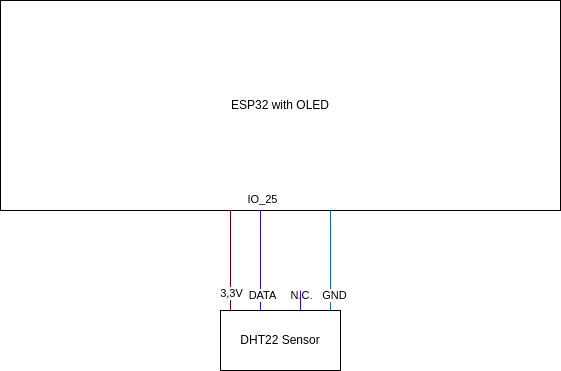
Above: schematic.drawio.png in DerZwergGimli/TempHumLogger (draw.io), before the change. Source tidied: cells renumbered, new cells last; positions are measured from the earlier drawing's top-left corner, leaving out a move shared by most shapes. The source it was exported from:
```xml
<mxGraphModel>
  <root>
    <mxCell id="0" />
    <mxCell id="1" parent="0" />
    <mxCell id="2" value="ESP32 with OLED&lt;br&gt;" style="rounded=0;whiteSpace=wrap;html=1;" parent="1" vertex="1">
      <mxGeometry width="560" height="210" as="geometry" />
    </mxCell>
    <mxCell id="3" value="DHT22 Sensor" style="rounded=0;whiteSpace=wrap;html=1;" parent="1" vertex="1">
      <mxGeometry x="220" y="310" width="120" height="60" as="geometry" />
    </mxCell>
    <mxCell id="4" style="endArrow=none;html=1;entryX=0.5;entryY=1;entryDx=0;entryDy=0;fillColor=#6a00ff;strokeColor=#3700CC;" parent="1" edge="1">
      <mxGeometry relative="1" as="geometry">
        <mxPoint x="260" y="310" as="sourcePoint" />
        <mxPoint x="260" y="210" as="targetPoint" />
      </mxGeometry>
    </mxCell>
    <mxCell id="5" value="DATA" style="edgeLabel;html=1;align=center;verticalAlign=middle;" parent="4" vertex="1">
      <mxGeometry x="-0.13" relative="1" as="geometry">
        <mxPoint y="27" as="offset" />
      </mxGeometry>
    </mxCell>
    <mxCell id="6" style="endArrow=none;html=1;entryX=0.5;entryY=1;entryDx=0;entryDy=0;fillColor=#1ba1e2;strokeColor=#006EAF;" parent="1" edge="1">
      <mxGeometry relative="1" as="geometry">
        <mxPoint x="330" y="310" as="sourcePoint" />
        <mxPoint x="330" y="210" as="targetPoint" />
      </mxGeometry>
    </mxCell>
    <mxCell id="7" value="GND" style="edgeLabel;html=1;align=center;verticalAlign=middle;" parent="6" vertex="1">
      <mxGeometry x="-0.22" y="-2" relative="1" as="geometry">
        <mxPoint y="23" as="offset" />
      </mxGeometry>
    </mxCell>
    <mxCell id="8" style="endArrow=none;html=1;entryX=0.5;entryY=1;entryDx=0;entryDy=0;fillColor=#a20025;strokeColor=#6F0000;" parent="1" edge="1">
      <mxGeometry relative="1" as="geometry">
        <mxPoint x="230" y="310" as="sourcePoint" />
        <mxPoint x="230" y="210" as="targetPoint" />
      </mxGeometry>
    </mxCell>
    <mxCell id="9" value="3,3V" style="edgeLabel;html=1;align=center;verticalAlign=middle;" parent="8" vertex="1">
      <mxGeometry x="-0.24" y="1" relative="1" as="geometry">
        <mxPoint y="21" as="offset" />
      </mxGeometry>
    </mxCell>
    <mxCell id="10" value="IO_25" style="edgeLabel;html=1;align=center;verticalAlign=middle;" parent="1" vertex="1">
      <mxGeometry x="260" y="197" as="geometry" />
    </mxCell>
    <mxCell id="11" value="N.C." style="edgeLabel;html=1;align=center;verticalAlign=middle;" parent="1" vertex="1">
      <mxGeometry x="270" y="306" as="geometry">
        <mxPoint x="29" y="-13" as="offset" />
      </mxGeometry>
    </mxCell>
    <mxCell id="12" style="endArrow=none;html=1;fillColor=#6a00ff;strokeColor=#3700CC;" parent="1" edge="1">
      <mxGeometry relative="1" as="geometry">
        <mxPoint x="300" y="310" as="sourcePoint" />
        <mxPoint x="300" y="290" as="targetPoint" />
      </mxGeometry>
    </mxCell>
  </root>
</mxGraphModel>
```
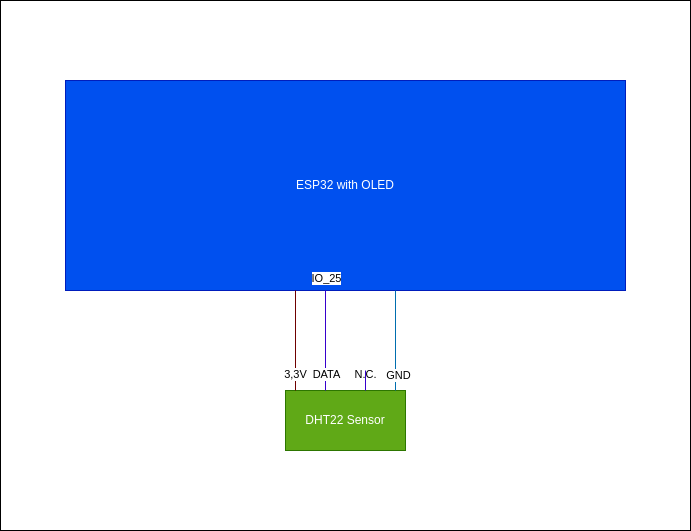
After the commit.

Change to the diagram source:
```diff
@@ -1,11 +1,14 @@
-<mxGraphModel>
+<mxGraphModel background="#000000">
   <root>
     <mxCell id="0" />
     <mxCell id="1" parent="0" />
+    <mxCell id="13" style="rounded=0;whiteSpace=wrap;html=1;" parent="1" vertex="1">
+      <mxGeometry x="-65" y="-80" width="690" height="530" as="geometry" />
+    </mxCell>
-    <mxCell id="2" value="ESP32 with OLED&lt;br&gt;" style="rounded=0;whiteSpace=wrap;html=1;" parent="1" vertex="1">
+    <mxCell id="2" value="ESP32 with OLED&lt;br&gt;" style="rounded=0;whiteSpace=wrap;html=1;fillColor=#0050ef;fontColor=#ffffff;strokeColor=#001DBC;" parent="1" vertex="1">
       <mxGeometry width="560" height="210" as="geometry" />
     </mxCell>
-    <mxCell id="3" value="DHT22 Sensor" style="rounded=0;whiteSpace=wrap;html=1;" parent="1" vertex="1">
+    <mxCell id="3" value="DHT22 Sensor" style="rounded=0;whiteSpace=wrap;html=1;fillColor=#60a917;fontColor=#ffffff;strokeColor=#2D7600;" parent="1" vertex="1">
       <mxGeometry x="220" y="310" width="120" height="60" as="geometry" />
     </mxCell>
     <mxCell id="4" style="endArrow=none;html=1;entryX=0.5;entryY=1;entryDx=0;entryDy=0;fillColor=#6a00ff;strokeColor=#3700CC;" parent="1" edge="1">
```
